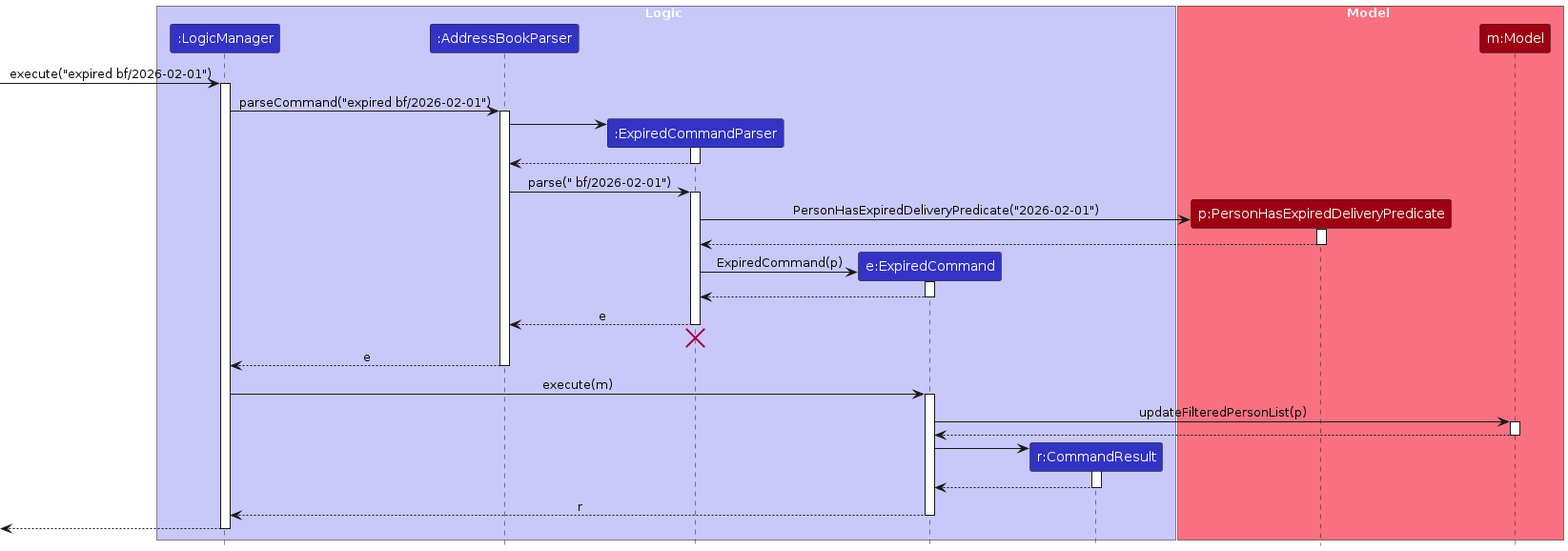
Before: diagrams/ExpiredSequenceDiagram.png, a diagram exported from PlantUML (AY2526S2-CS2103T-W14-2/tp). Its source is kept beside it as diagrams/ExpiredSequenceDiagram.puml.
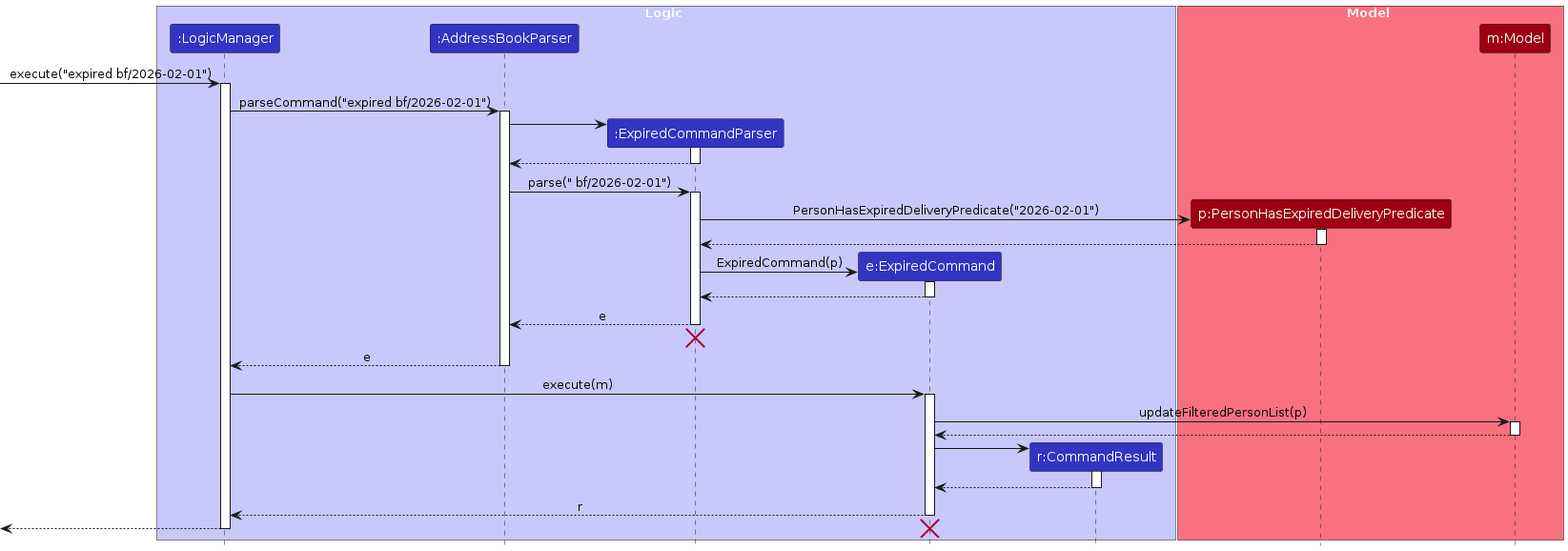
The same diagram one commit later.

What changed in the source:
```diff
@@ -74,4 +74,5 @@
 
 [<--LogicManager
 deactivate LogicManager
+destroy ExpiredCommand
 @enduml
```
